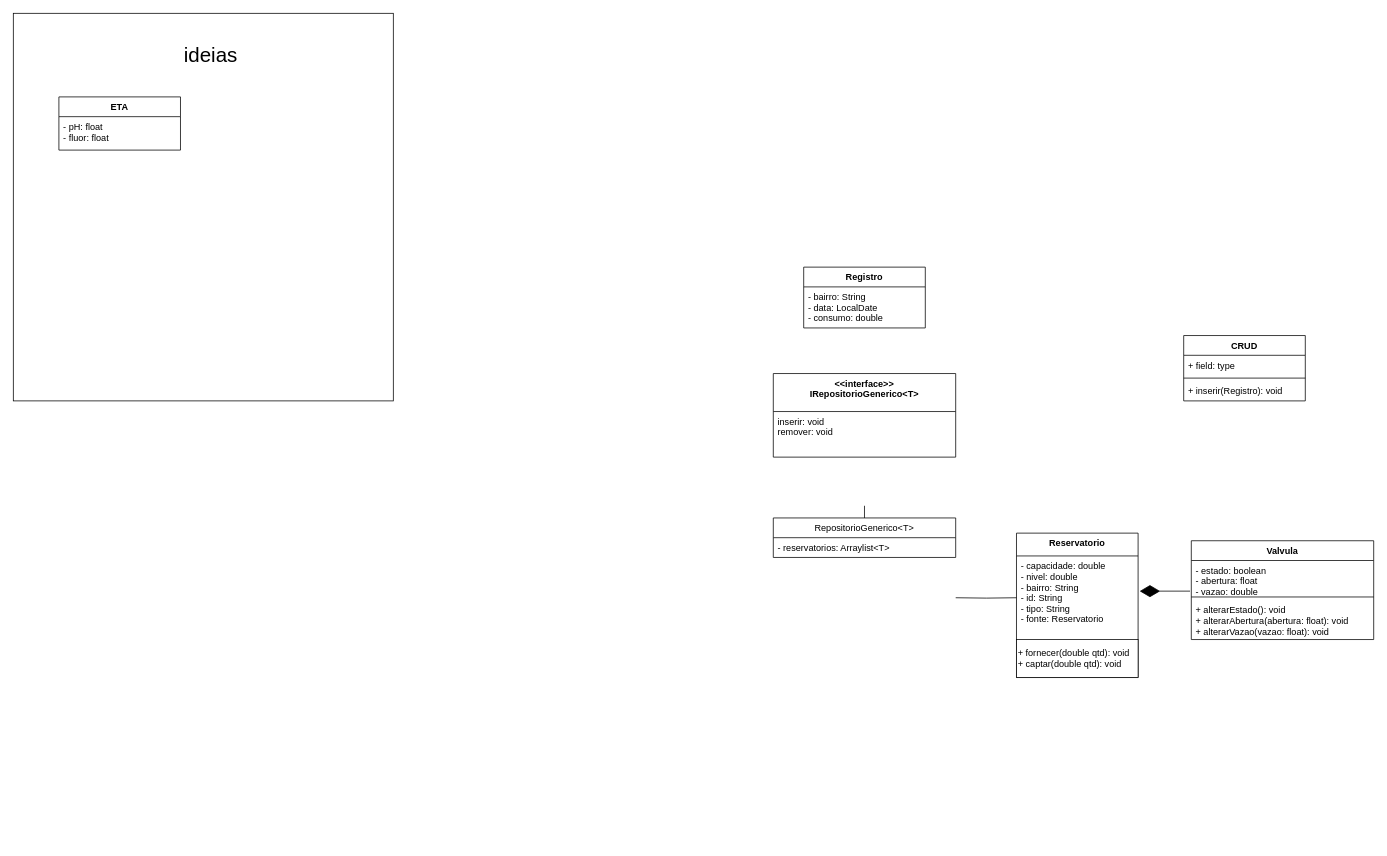
This is Waterway.drawio from ronaldo26rodrigues/Lifeway, a draw.io file, before an edit. Source tidied: cells renumbered, new cells numbered last; positions are measured from the earlier drawing's top-left corner, leaving out a move shared by most shapes. Both pictures are drawn from the tidied source at 76%, with x=0, y=0 at pixel (13, 13).
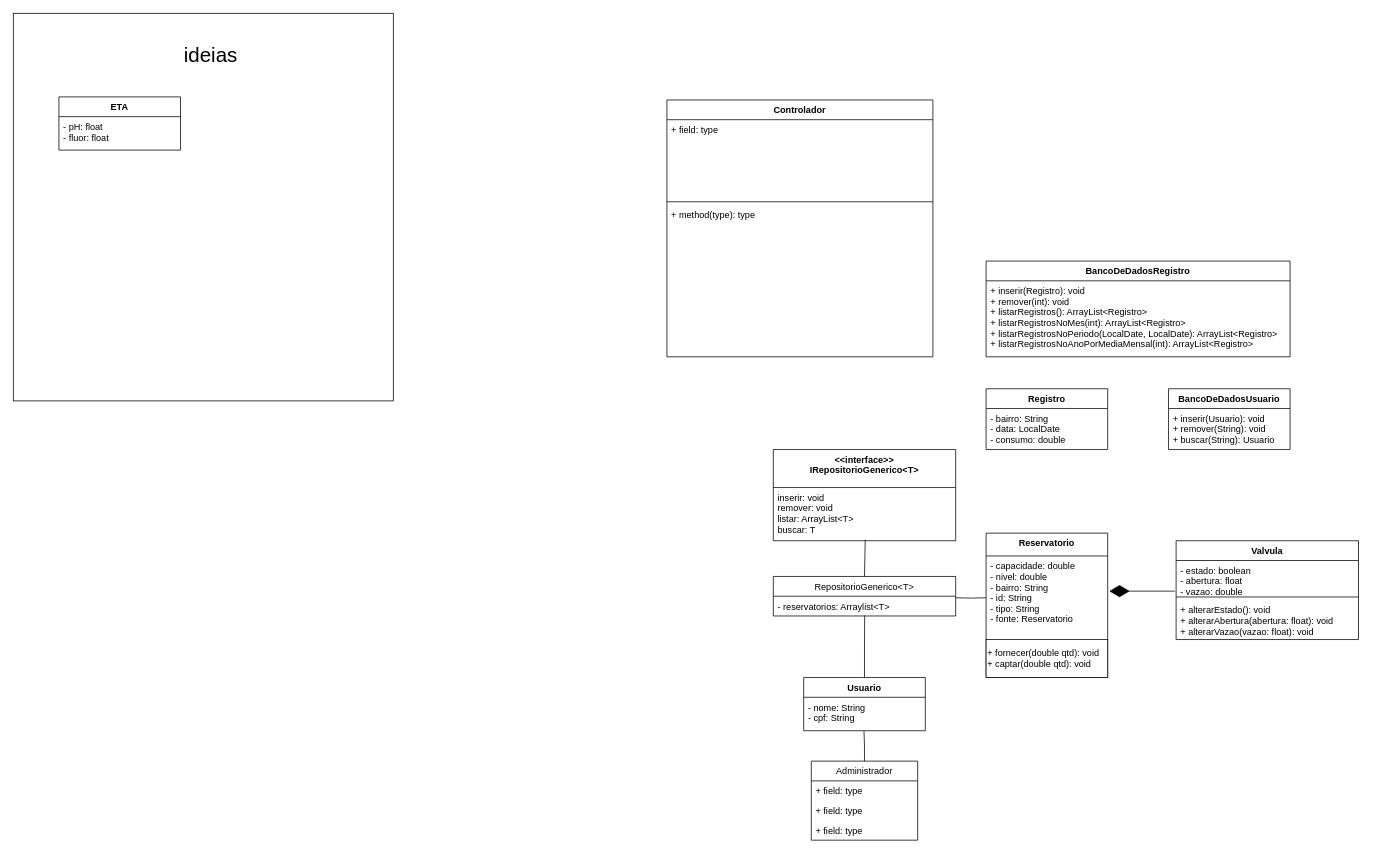
After the change.

The change refers to these unchanged cells:
```xml
<mxCell id="14" value="- reservatorios: Arraylist&lt;T&gt;" style="text;strokeColor=none;fillColor=none;align=left;verticalAlign=top;spacingLeft=4;spacingRight=4;overflow=hidden;points=[[0,0.5],[1,0.5]];portConstraint=eastwest;" parent="13" vertex="1">
  <mxGeometry y="26" width="240" height="26" as="geometry" />
</mxCell>
```

Diff of the diagram source:
```diff
@@
     <mxCell id="3" value="Reservatorio" style="swimlane;fontStyle=1;align=center;verticalAlign=top;horizontal=1;startSize=30;" parent="1" vertex="1">
-      <mxGeometry x="1320" y="684" width="160" height="190" as="geometry" />
+      <mxGeometry x="1280" y="684" width="160" height="190" as="geometry" />
     </mxCell>
@@
     <mxCell id="6" value="Valvula" style="swimlane;fontStyle=1;align=center;verticalAlign=top;horizontal=1;startSize=26;" parent="1" vertex="1">
-      <mxGeometry x="1550" y="694" width="240" height="130" as="geometry" />
+      <mxGeometry x="1530" y="694" width="240" height="130" as="geometry" />
     </mxCell>
@@
     <mxCell id="13" value="RepositorioGenerico&lt;T&gt;" style="swimlane;fontStyle=0;horizontal=1;startSize=26;fillColor=none;" parent="1" vertex="1">
-      <mxGeometry x="1000" y="664" width="240" height="52" as="geometry" />
+      <mxGeometry x="1000" y="741" width="240" height="52" as="geometry" />
     </mxCell>
@@
-    <mxCell id="16" style="edgeStyle=orthogonalEdgeStyle;rounded=0;jettySize=auto;html=1;entryX=0.5;entryY=0;entryDx=0;entryDy=0;endArrow=none;endFill=0;" parent="1" edge="1" target="13">
+    <mxCell id="16" style="edgeStyle=orthogonalEdgeStyle;rounded=0;jettySize=auto;html=1;entryX=0.5;entryY=0;entryDx=0;entryDy=0;endArrow=none;endFill=0;exitX=0.504;exitY=0.983;exitDx=0;exitDy=0;exitPerimeter=0;" parent="1" edge="1" source="25" target="13">
       <mxGeometry relative="1" as="geometry">
-        <mxPoint x="1120" y="648" as="sourcePoint" />
+        <Array as="points">
+          <mxPoint x="1120" y="693" />
+        </Array>
       </mxGeometry>
     </mxCell>
-    <mxCell id="17" value="CRUD" style="swimlane;fontStyle=1;align=center;verticalAlign=top;horizontal=1;startSize=26;" parent="1" vertex="1">
-      <mxGeometry x="1540" y="424" width="160" height="86" as="geometry" />
-    </mxCell>
-    <mxCell id="18" value="+ field: type" style="text;strokeColor=none;fillColor=none;align=left;verticalAlign=top;spacingLeft=4;spacingRight=4;overflow=hidden;" parent="17" vertex="1">
-      <mxGeometry y="26" width="160" height="26" as="geometry" />
-    </mxCell>
-    <mxCell id="19" style="line;strokeWidth=1;fillColor=none;align=left;verticalAlign=middle;spacingTop=-1;spacingLeft=3;spacingRight=3;labelPosition=right;" parent="17" vertex="1">
-      <mxGeometry y="52" width="160" height="8" as="geometry" />
-    </mxCell>
-    <mxCell id="20" value="+ inserir(Registro): void" style="text;strokeColor=none;fillColor=none;align=left;verticalAlign=top;spacingLeft=4;spacingRight=4;overflow=hidden;" parent="17" vertex="1">
-      <mxGeometry y="60" width="160" height="26" as="geometry" />
-    </mxCell>
     <mxCell id="21" value="Registro" style="swimlane;fontStyle=1;align=center;verticalAlign=top;horizontal=1;startSize=26;" parent="1" vertex="1">
-      <mxGeometry x="1040" y="334" width="160" height="80" as="geometry" />
+      <mxGeometry x="1280" y="494" width="160" height="80" as="geometry" />
     </mxCell>
@@
     <mxCell id="24" value="&lt;&lt;interface&gt;&gt;&#10;IRepositorioGenerico&lt;T&gt;&#10;" style="swimlane;fontStyle=1;align=center;verticalAlign=top;horizontal=1;startSize=50;" parent="1" vertex="1">
-      <mxGeometry x="1000" y="474" width="240" height="110" as="geometry" />
+      <mxGeometry x="1000" y="574" width="240" height="120" as="geometry" />
     </mxCell>
-    <mxCell id="25" value="inserir: void&#10;remover: void&#10;" style="text;strokeColor=none;fillColor=none;align=left;verticalAlign=top;spacingLeft=4;spacingRight=4;overflow=hidden;points=[[0,0.5],[1,0.5]];portConstraint=eastwest;" parent="24" vertex="1">
-      <mxGeometry y="50" width="240" height="60" as="geometry" />
+    <mxCell id="25" value="inserir: void&#10;remover: void&#10;listar: ArrayList&lt;T&gt;&#10;buscar: T" style="text;strokeColor=none;fillColor=none;align=left;verticalAlign=top;spacingLeft=4;spacingRight=4;overflow=hidden;points=[[0,0.5],[1,0.5]];portConstraint=eastwest;" parent="24" vertex="1">
+      <mxGeometry y="50" width="240" height="70" as="geometry" />
     </mxCell>
+    <mxCell id="26" style="edgeStyle=orthogonalEdgeStyle;rounded=0;jettySize=auto;html=1;exitX=0.5;exitY=0;exitDx=0;exitDy=0;entryX=0.501;entryY=0.975;entryDx=0;entryDy=0;entryPerimeter=0;endArrow=none;endFill=0;" parent="1" edge="1" source="27" target="14">
+      <mxGeometry relative="1" as="geometry" />
+    </mxCell>
+    <mxCell id="27" value="Usuario" style="swimlane;fontStyle=1;align=center;verticalAlign=top;horizontal=1;startSize=26;" parent="1" vertex="1">
+      <mxGeometry x="1040" y="874" width="160" height="70" as="geometry" />
+    </mxCell>
+    <mxCell id="28" value="- nome: String&#10;- cpf: String" style="text;strokeColor=none;fillColor=none;align=left;verticalAlign=top;spacingLeft=4;spacingRight=4;overflow=hidden;points=[[0,0.5],[1,0.5]];portConstraint=eastwest;" parent="27" vertex="1">
+      <mxGeometry y="26" width="160" height="44" as="geometry" />
+    </mxCell>
+    <mxCell id="29" style="edgeStyle=orthogonalEdgeStyle;rounded=0;jettySize=auto;html=1;entryX=0.496;entryY=1.011;entryDx=0;entryDy=0;entryPerimeter=0;endArrow=none;endFill=0;" parent="1" edge="1" source="30" target="28">
+      <mxGeometry relative="1" as="geometry" />
+    </mxCell>
+    <mxCell id="30" value="Administrador" style="swimlane;fontStyle=0;horizontal=1;startSize=26;fillColor=none;" parent="1" vertex="1">
+      <mxGeometry x="1050" y="984" width="140" height="104" as="geometry" />
+    </mxCell>
+    <mxCell id="31" value="+ field: type" style="text;strokeColor=none;fillColor=none;align=left;verticalAlign=top;spacingLeft=4;spacingRight=4;overflow=hidden;" parent="30" vertex="1">
+      <mxGeometry y="26" width="140" height="26" as="geometry" />
+    </mxCell>
+    <mxCell id="32" value="+ field: type" style="text;strokeColor=none;fillColor=none;align=left;verticalAlign=top;spacingLeft=4;spacingRight=4;overflow=hidden;" parent="30" vertex="1">
+      <mxGeometry y="52" width="140" height="26" as="geometry" />
+    </mxCell>
+    <mxCell id="33" value="+ field: type" style="text;strokeColor=none;fillColor=none;align=left;verticalAlign=top;spacingLeft=4;spacingRight=4;overflow=hidden;" parent="30" vertex="1">
+      <mxGeometry y="78" width="140" height="26" as="geometry" />
+    </mxCell>
+    <mxCell id="34" value="Controlador" style="swimlane;fontStyle=1;align=center;verticalAlign=top;horizontal=1;startSize=26;" parent="1" vertex="1">
+      <mxGeometry x="860" y="114" width="350" height="338" as="geometry" />
+    </mxCell>
+    <mxCell id="35" value="+ field: type" style="text;strokeColor=none;fillColor=none;align=left;verticalAlign=top;spacingLeft=4;spacingRight=4;overflow=hidden;" parent="34" vertex="1">
+      <mxGeometry y="26" width="350" height="104" as="geometry" />
+    </mxCell>
+    <mxCell id="36" style="line;strokeWidth=1;fillColor=none;align=left;verticalAlign=middle;spacingTop=-1;spacingLeft=3;spacingRight=3;labelPosition=right;" parent="34" vertex="1">
+      <mxGeometry y="130" width="350" height="8" as="geometry" />
+    </mxCell>
+    <mxCell id="37" value="+ method(type): type" style="text;strokeColor=none;fillColor=none;align=left;verticalAlign=top;spacingLeft=4;spacingRight=4;overflow=hidden;" parent="34" vertex="1">
+      <mxGeometry y="138" width="350" height="200" as="geometry" />
+    </mxCell>
+    <mxCell id="38" value="BancoDeDadosRegistro" style="swimlane;fontStyle=1;align=center;verticalAlign=top;horizontal=1;startSize=26;" parent="1" vertex="1">
+      <mxGeometry x="1280" y="326" width="400" height="126" as="geometry" />
+    </mxCell>
+    <mxCell id="39" value="+ inserir(Registro): void&#10;+ remover(int): void&#10;+ listarRegistros(): ArrayList&lt;Registro&gt;&#10;+ listarRegistrosNoMes(int): ArrayList&lt;Registro&gt;&#10;+ listarRegistrosNoPeriodo(LocalDate, LocalDate): ArrayList&lt;Registro&gt;&#10;+ listarRegistrosNoAnoPorMediaMensal(int): ArrayList&lt;Registro&gt;" style="text;strokeColor=none;fillColor=none;align=left;verticalAlign=top;spacingLeft=4;spacingRight=4;overflow=hidden;" parent="38" vertex="1">
+      <mxGeometry y="26" width="400" height="100" as="geometry" />
+    </mxCell>
+    <mxCell id="40" value="BancoDeDadosUsuario" style="swimlane;fontStyle=1;align=center;verticalAlign=top;horizontal=1;startSize=26;" parent="1" vertex="1">
+      <mxGeometry x="1520" y="494" width="160" height="80" as="geometry" />
+    </mxCell>
+    <mxCell id="41" value="+ inserir(Usuario): void&#10;+ remover(String): void&#10;+ buscar(String): Usuario" style="text;strokeColor=none;fillColor=none;align=left;verticalAlign=top;spacingLeft=4;spacingRight=4;overflow=hidden;" parent="40" vertex="1">
+      <mxGeometry y="26" width="160" height="54" as="geometry" />
+    </mxCell>
```
